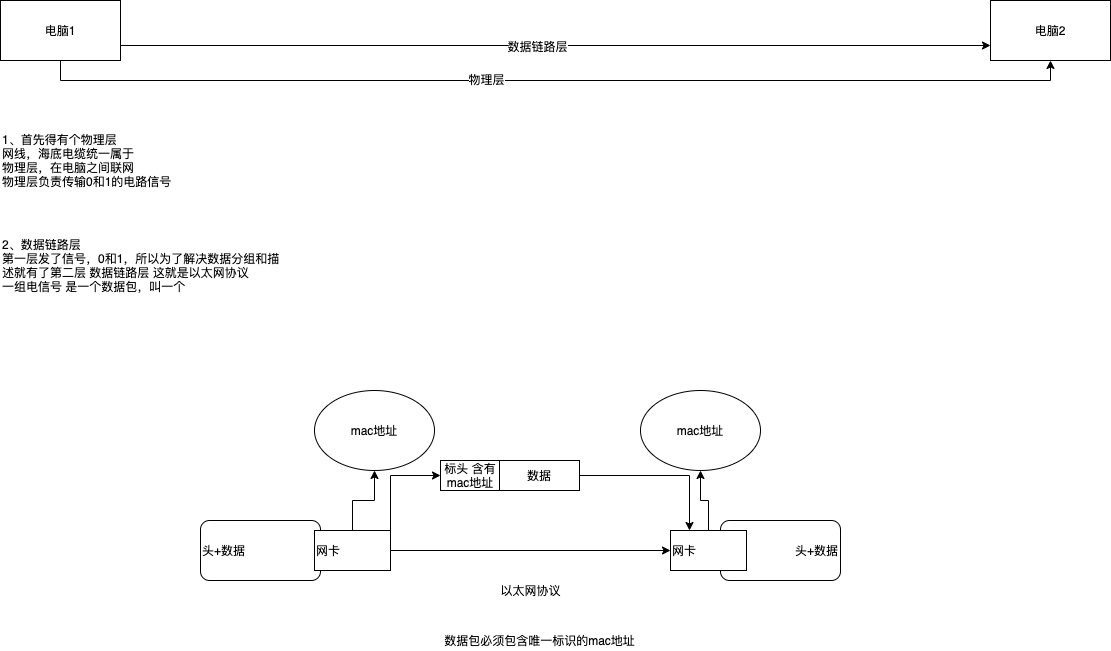
Above: cs/tcp-ip-model.png in sivanbil/architecthure-diagram (draw.io), before the change. Source tidied: cells renumbered, new cells last; positions are measured from the earlier drawing's top-left corner, leaving out a move shared by most shapes. The source it was exported from:
```xml
<mxGraphModel>
  <root>
    <mxCell id="0" />
    <mxCell id="1" parent="0" />
    <mxCell id="2" style="edgeStyle=orthogonalEdgeStyle;rounded=0;jettySize=auto;html=1;exitX=0.5;exitY=1;exitDx=0;exitDy=0;entryX=0.5;entryY=1;entryDx=0;entryDy=0;" parent="1" edge="1" source="6" target="7">
      <mxGeometry relative="1" as="geometry" />
    </mxCell>
    <mxCell id="3" value="物理层" style="edgeLabel;html=1;align=center;verticalAlign=middle;" parent="2" vertex="1">
      <mxGeometry x="-0.14" y="2" relative="1" as="geometry" />
    </mxCell>
    <mxCell id="4" style="edgeStyle=orthogonalEdgeStyle;rounded=0;jettySize=auto;html=1;exitX=1;exitY=0.75;exitDx=0;exitDy=0;entryX=0;entryY=0.75;entryDx=0;entryDy=0;" parent="1" edge="1" source="6" target="7">
      <mxGeometry relative="1" as="geometry" />
    </mxCell>
    <mxCell id="5" value="数据链路层" style="edgeLabel;html=1;align=center;verticalAlign=middle;" parent="4" vertex="1">
      <mxGeometry x="-0.04" relative="1" as="geometry" />
    </mxCell>
    <mxCell id="6" value="电脑1" style="rounded=0;whiteSpace=wrap;html=1;" parent="1" vertex="1">
      <mxGeometry width="120" height="60" as="geometry" />
    </mxCell>
    <mxCell id="7" value="电脑2" style="rounded=0;whiteSpace=wrap;html=1;" parent="1" vertex="1">
      <mxGeometry x="990" width="120" height="60" as="geometry" />
    </mxCell>
    <mxCell id="8" value="1、首先得有个物理层&lt;br&gt;网线，海底电缆统一属于&lt;br&gt;物理层，在电脑之间联网&lt;br&gt;物理层负责传输0和1的电路信号" style="text;html=1;align=left;verticalAlign=middle;strokeColor=none;" parent="1" vertex="1">
      <mxGeometry y="130" width="180" height="60" as="geometry" />
    </mxCell>
    <mxCell id="9" value="2、数据链路层 &lt;br&gt;第一层发了信号，0和1，所以为了解决数据分组和描述就有了第二层 数据链路层 这就是以太网协议&lt;br&gt;一组电信号 是一个数据包，叫一个" style="text;html=1;strokeColor=none;fillColor=none;align=left;verticalAlign=middle;whiteSpace=wrap;rounded=0;" parent="1" vertex="1">
      <mxGeometry y="230" width="280" height="70" as="geometry" />
    </mxCell>
    <mxCell id="10" value="头+数据" style="rounded=1;whiteSpace=wrap;html=1;align=left;" parent="1" vertex="1">
      <mxGeometry x="200" y="520" width="120" height="60" as="geometry" />
    </mxCell>
    <mxCell id="11" value="&lt;span&gt;头+数据&lt;/span&gt;" style="rounded=1;whiteSpace=wrap;html=1;align=right;" parent="1" vertex="1">
      <mxGeometry x="720" y="520" width="120" height="60" as="geometry" />
    </mxCell>
    <mxCell id="12" style="edgeStyle=orthogonalEdgeStyle;rounded=0;jettySize=auto;html=1;exitX=1;exitY=0.5;exitDx=0;exitDy=0;entryX=0;entryY=0.5;entryDx=0;entryDy=0;" parent="1" edge="1" source="15" target="17">
      <mxGeometry relative="1" as="geometry" />
    </mxCell>
    <mxCell id="13" style="edgeStyle=orthogonalEdgeStyle;rounded=0;jettySize=auto;html=1;exitX=0.5;exitY=0;exitDx=0;exitDy=0;" parent="1" edge="1" source="15" target="18">
      <mxGeometry relative="1" as="geometry" />
    </mxCell>
    <mxCell id="14" style="edgeStyle=orthogonalEdgeStyle;rounded=0;jettySize=auto;html=1;exitX=1;exitY=0;exitDx=0;exitDy=0;entryX=0;entryY=0.5;entryDx=0;entryDy=0;" parent="1" edge="1" source="15" target="22">
      <mxGeometry relative="1" as="geometry" />
    </mxCell>
    <mxCell id="15" value="网卡" style="rounded=0;whiteSpace=wrap;html=1;align=left;" parent="1" vertex="1">
      <mxGeometry x="314" y="530" width="76" height="40" as="geometry" />
    </mxCell>
    <mxCell id="16" style="edgeStyle=orthogonalEdgeStyle;rounded=0;jettySize=auto;html=1;exitX=0.5;exitY=0;exitDx=0;exitDy=0;entryX=0.5;entryY=1;entryDx=0;entryDy=0;" parent="1" edge="1" source="17" target="19">
      <mxGeometry relative="1" as="geometry" />
    </mxCell>
    <mxCell id="17" value="网卡" style="rounded=0;whiteSpace=wrap;html=1;align=left;" parent="1" vertex="1">
      <mxGeometry x="670" y="530" width="76" height="40" as="geometry" />
    </mxCell>
    <mxCell id="18" value="mac地址" style="ellipse;whiteSpace=wrap;html=1;align=center;" parent="1" vertex="1">
      <mxGeometry x="314" y="390" width="120" height="80" as="geometry" />
    </mxCell>
    <mxCell id="19" value="mac地址" style="ellipse;whiteSpace=wrap;html=1;align=center;" parent="1" vertex="1">
      <mxGeometry x="640" y="390" width="120" height="80" as="geometry" />
    </mxCell>
    <mxCell id="20" value="以太网协议" style="text;html=1;align=center;verticalAlign=middle;strokeColor=none;" parent="1" vertex="1">
      <mxGeometry x="490" y="580" width="80" height="20" as="geometry" />
    </mxCell>
    <mxCell id="21" value="数据包必须包含唯一标识的mac地址" style="text;html=1;align=center;verticalAlign=middle;strokeColor=none;" parent="1" vertex="1">
      <mxGeometry x="434" y="630" width="210" height="20" as="geometry" />
    </mxCell>
    <mxCell id="22" value="标头 含有mac地址" style="rounded=0;whiteSpace=wrap;html=1;align=center;" parent="1" vertex="1">
      <mxGeometry x="440" y="460" width="60" height="30" as="geometry" />
    </mxCell>
    <mxCell id="23" style="edgeStyle=orthogonalEdgeStyle;rounded=0;jettySize=auto;html=1;exitX=1;exitY=0.5;exitDx=0;exitDy=0;entryX=0.25;entryY=0;entryDx=0;entryDy=0;" parent="1" edge="1" source="24" target="17">
      <mxGeometry relative="1" as="geometry" />
    </mxCell>
    <mxCell id="24" value="数据" style="rounded=0;whiteSpace=wrap;html=1;align=center;" parent="1" vertex="1">
      <mxGeometry x="499" y="460" width="80" height="30" as="geometry" />
    </mxCell>
  </root>
</mxGraphModel>
```
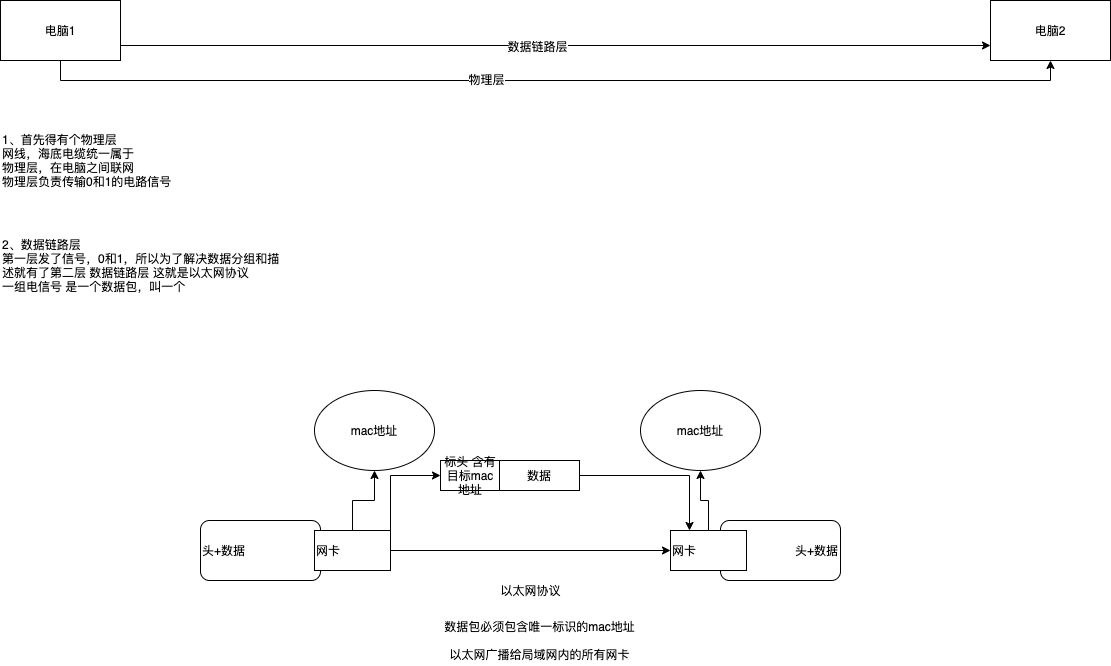
Later version of the same file.

Diff of the diagram source:
```diff
@@ -59,10 +59,10 @@
     <mxCell id="20" value="以太网协议" style="text;html=1;align=center;verticalAlign=middle;strokeColor=none;" parent="1" vertex="1">
       <mxGeometry x="490" y="580" width="80" height="20" as="geometry" />
     </mxCell>
-    <mxCell id="21" value="数据包必须包含唯一标识的mac地址" style="text;html=1;align=center;verticalAlign=middle;strokeColor=none;" parent="1" vertex="1">
-      <mxGeometry x="434" y="630" width="210" height="20" as="geometry" />
+    <mxCell id="21" value="数据包必须包含唯一标识的mac地址&lt;br&gt;&lt;br&gt;以太网广播给局域网内的所有网卡" style="text;html=1;align=center;verticalAlign=middle;strokeColor=none;" parent="1" vertex="1">
+      <mxGeometry x="434" y="615" width="210" height="50" as="geometry" />
     </mxCell>
-    <mxCell id="22" value="标头 含有mac地址" style="rounded=0;whiteSpace=wrap;html=1;align=center;" parent="1" vertex="1">
+    <mxCell id="22" value="标头 含有目标mac地址" style="rounded=0;whiteSpace=wrap;html=1;align=center;" parent="1" vertex="1">
       <mxGeometry x="440" y="460" width="60" height="30" as="geometry" />
     </mxCell>
     <mxCell id="23" style="edgeStyle=orthogonalEdgeStyle;rounded=0;jettySize=auto;html=1;exitX=1;exitY=0.5;exitDx=0;exitDy=0;entryX=0.25;entryY=0;entryDx=0;entryDy=0;" parent="1" edge="1" source="24" target="17">
```
